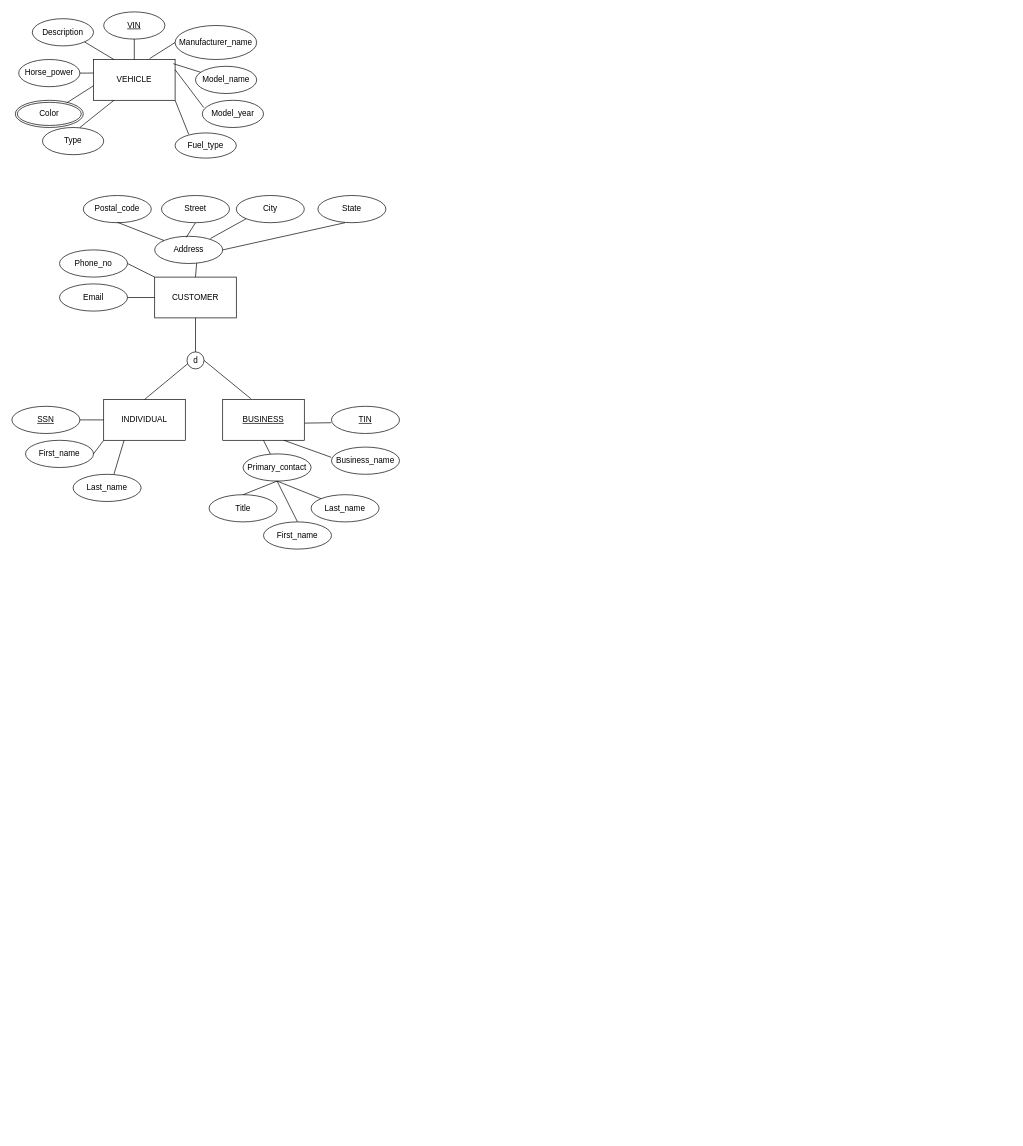
The draw.io diagram Untitled Diagram.drawio in bhonslejoshna/hello-world, before the edit. Source tidied: cells renumbered, new cells numbered last; positions are measured from the earlier drawing's top-left corner, leaving out a move shared by most shapes. Both pictures are drawn from the tidied source at 68%, with x=0, y=0 at pixel (12, 12).
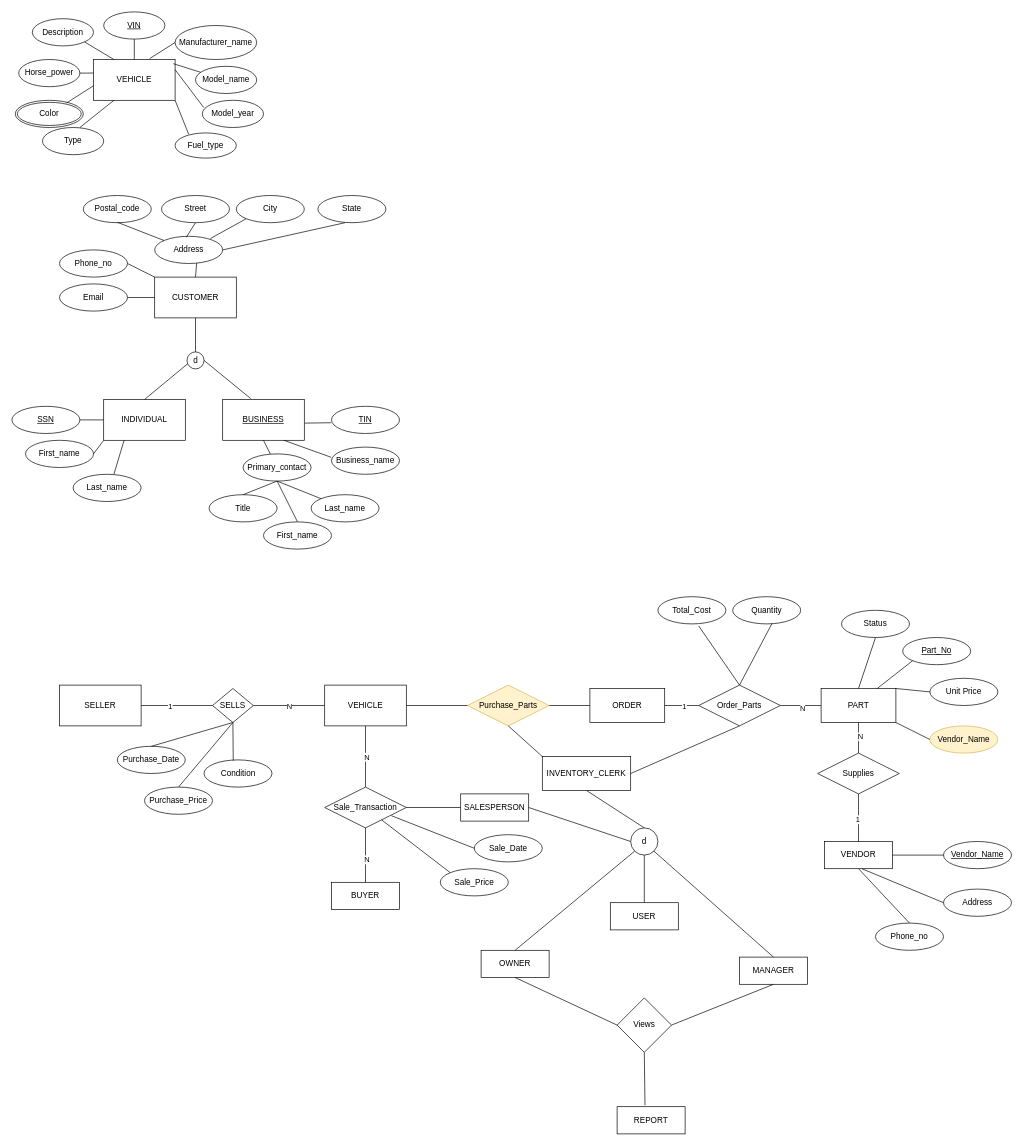
The same diagram, later.

What changed in the source:
```diff
@@
+    <mxCell id="60" value="VEHICLE" style="rounded=0;whiteSpace=wrap;html=1;" parent="1" vertex="1">
+      <mxGeometry x="460" y="990" width="120" height="60" as="geometry" />
+    </mxCell>
+    <mxCell id="61" value="SELLER" style="rounded=0;whiteSpace=wrap;html=1;" parent="1" vertex="1">
+      <mxGeometry x="70" y="990" width="120" height="60" as="geometry" />
+    </mxCell>
+    <mxCell id="62" value="SELLS" style="rhombus;whiteSpace=wrap;html=1;" parent="1" vertex="1">
+      <mxGeometry x="295" y="995" width="60" height="50" as="geometry" />
+    </mxCell>
+    <mxCell id="63" style="endArrow=none;html=1;rounded=0;entryX=0;entryY=0.5;entryDx=0;entryDy=0;exitX=1;exitY=0.5;exitDx=0;exitDy=0;" parent="1" edge="1" source="61" target="62">
+      <mxGeometry relative="1" as="geometry" />
+    </mxCell>
+    <mxCell id="64" value="1" style="edgeLabel;html=1;align=center;verticalAlign=middle;" parent="63" vertex="1">
+      <mxGeometry x="-0.2" y="-1" relative="1" as="geometry" />
+    </mxCell>
+    <mxCell id="65" style="endArrow=none;html=1;rounded=0;entryX=0;entryY=0.5;entryDx=0;entryDy=0;exitX=1;exitY=0.5;exitDx=0;exitDy=0;" parent="1" edge="1" source="62" target="60">
+      <mxGeometry relative="1" as="geometry" />
+    </mxCell>
+    <mxCell id="66" value="N" style="edgeLabel;html=1;align=center;verticalAlign=middle;" parent="65" vertex="1">
+      <mxGeometry x="-0.01" relative="1" as="geometry" />
+    </mxCell>
+    <mxCell id="67" value="Purchase_Date" style="ellipse;whiteSpace=wrap;html=1;align=center;" parent="1" vertex="1">
+      <mxGeometry x="155" y="1080" width="100" height="40" as="geometry" />
+    </mxCell>
+    <mxCell id="68" value="Purchase_Price" style="ellipse;whiteSpace=wrap;html=1;align=center;" parent="1" vertex="1">
+      <mxGeometry x="195" y="1140" width="100" height="40" as="geometry" />
+    </mxCell>
+    <mxCell id="69" value="Condition" style="ellipse;whiteSpace=wrap;html=1;align=center;" parent="1" vertex="1">
+      <mxGeometry x="282.5" y="1100" width="100" height="40" as="geometry" />
+    </mxCell>
+    <mxCell id="70" style="endArrow=none;html=1;rounded=0;exitX=0.5;exitY=1;exitDx=0;exitDy=0;entryX=0.43;entryY=0.025;entryDx=0;entryDy=0;entryPerimeter=0;" parent="1" edge="1" source="62" target="69">
+      <mxGeometry relative="1" as="geometry" />
+    </mxCell>
+    <mxCell id="71" style="endArrow=none;html=1;rounded=0;exitX=0.5;exitY=1;exitDx=0;exitDy=0;entryX=0.5;entryY=0;entryDx=0;entryDy=0;" parent="1" edge="1" source="62" target="68">
+      <mxGeometry relative="1" as="geometry" />
+    </mxCell>
+    <mxCell id="72" style="endArrow=none;html=1;rounded=0;exitX=0.5;exitY=1;exitDx=0;exitDy=0;entryX=0.5;entryY=0;entryDx=0;entryDy=0;" parent="1" edge="1" source="62" target="67">
+      <mxGeometry relative="1" as="geometry" />
+    </mxCell>
+    <mxCell id="73" value="BUYER" style="whiteSpace=wrap;html=1;align=center;" parent="1" vertex="1">
+      <mxGeometry x="470" y="1280" width="100" height="40" as="geometry" />
+    </mxCell>
+    <mxCell id="74" value="SALESPERSON" style="whiteSpace=wrap;html=1;align=center;" parent="1" vertex="1">
+      <mxGeometry x="660" y="1150" width="100" height="40" as="geometry" />
+    </mxCell>
+    <mxCell id="75" value="Sale_Transaction" style="shape=rhombus;perimeter=rhombusPerimeter;whiteSpace=wrap;html=1;align=center;" parent="1" vertex="1">
+      <mxGeometry x="460" y="1140" width="120" height="60" as="geometry" />
+    </mxCell>
+    <mxCell id="76" style="endArrow=none;html=1;rounded=0;entryX=0.5;entryY=1;entryDx=0;entryDy=0;" parent="1" edge="1" source="75" target="60">
+      <mxGeometry relative="1" as="geometry" />
+    </mxCell>
+    <mxCell id="77" value="N" style="edgeLabel;html=1;align=center;verticalAlign=middle;" parent="76" vertex="1">
+      <mxGeometry y="-1" relative="1" as="geometry" />
+    </mxCell>
+    <mxCell id="78" style="endArrow=none;html=1;rounded=0;entryX=0.5;entryY=1;entryDx=0;entryDy=0;exitX=0.5;exitY=0;exitDx=0;exitDy=0;" parent="1" edge="1" source="73" target="75">
+      <mxGeometry relative="1" as="geometry" />
+    </mxCell>
+    <mxCell id="79" value="N" style="edgeLabel;html=1;align=center;verticalAlign=middle;" parent="78" vertex="1">
+      <mxGeometry x="-0.15" y="-1" relative="1" as="geometry" />
+    </mxCell>
+    <mxCell id="80" style="endArrow=none;html=1;rounded=0;entryX=0;entryY=0.5;entryDx=0;entryDy=0;exitX=1;exitY=0.5;exitDx=0;exitDy=0;" parent="1" edge="1" source="75" target="74">
+      <mxGeometry relative="1" as="geometry" />
+    </mxCell>
+    <mxCell id="81" value="Sale_Date" style="ellipse;whiteSpace=wrap;html=1;align=center;" parent="1" vertex="1">
+      <mxGeometry x="680" y="1210" width="100" height="40" as="geometry" />
+    </mxCell>
+    <mxCell id="82" value="Sale_Price" style="ellipse;whiteSpace=wrap;html=1;align=center;" parent="1" vertex="1">
+      <mxGeometry x="630" y="1260" width="100" height="40" as="geometry" />
+    </mxCell>
+    <mxCell id="83" style="endArrow=none;html=1;rounded=0;entryX=0.817;entryY=0.7;entryDx=0;entryDy=0;exitX=0;exitY=0.5;exitDx=0;exitDy=0;entryPerimeter=0;" parent="1" edge="1" source="81" target="75">
+      <mxGeometry relative="1" as="geometry" />
+    </mxCell>
+    <mxCell id="84" style="endArrow=none;html=1;rounded=0;exitX=0;exitY=0;exitDx=0;exitDy=0;" parent="1" edge="1" source="82" target="75">
+      <mxGeometry relative="1" as="geometry" />
+    </mxCell>
+    <mxCell id="85" value="ORDER" style="whiteSpace=wrap;html=1;align=center;" parent="1" vertex="1">
+      <mxGeometry x="850" y="995" width="110" height="50" as="geometry" />
+    </mxCell>
+    <mxCell id="86" value="Purchase_Parts" style="shape=rhombus;perimeter=rhombusPerimeter;whiteSpace=wrap;html=1;align=center;fillColor=#fff2cc;strokeColor=#d6b656;" parent="1" vertex="1">
+      <mxGeometry x="670" y="990" width="120" height="60" as="geometry" />
+    </mxCell>
+    <mxCell id="87" value="INVENTORY_CLERK" style="whiteSpace=wrap;html=1;align=center;" parent="1" vertex="1">
+      <mxGeometry x="780" y="1095" width="130" height="50" as="geometry" />
+    </mxCell>
+    <mxCell id="88" style="endArrow=none;html=1;rounded=0;entryX=0;entryY=0.5;entryDx=0;entryDy=0;exitX=1;exitY=0.5;exitDx=0;exitDy=0;" parent="1" edge="1" source="60" target="86">
+      <mxGeometry relative="1" as="geometry" />
+    </mxCell>
+    <mxCell id="89" style="endArrow=none;html=1;rounded=0;entryX=0;entryY=0.5;entryDx=0;entryDy=0;exitX=1;exitY=0.5;exitDx=0;exitDy=0;" parent="1" edge="1" source="86" target="85">
+      <mxGeometry relative="1" as="geometry" />
+    </mxCell>
+    <mxCell id="90" style="endArrow=none;html=1;rounded=0;exitX=0.5;exitY=1;exitDx=0;exitDy=0;entryX=0;entryY=0;entryDx=0;entryDy=0;" parent="1" edge="1" source="86" target="87">
+      <mxGeometry relative="1" as="geometry" />
+    </mxCell>
+    <mxCell id="91" value="Status" style="ellipse;whiteSpace=wrap;html=1;align=center;" parent="1" vertex="1">
+      <mxGeometry x="1220" y="880" width="100" height="40" as="geometry" />
+    </mxCell>
+    <mxCell id="92" value="PART" style="whiteSpace=wrap;html=1;align=center;" parent="1" vertex="1">
+      <mxGeometry x="1190" y="995" width="110" height="50" as="geometry" />
+    </mxCell>
+    <mxCell id="93" value="Order_Parts" style="shape=rhombus;perimeter=rhombusPerimeter;whiteSpace=wrap;html=1;align=center;" parent="1" vertex="1">
+      <mxGeometry x="1010" y="990" width="120" height="60" as="geometry" />
+    </mxCell>
+    <mxCell id="94" style="endArrow=none;html=1;rounded=0;entryX=0;entryY=0.5;entryDx=0;entryDy=0;" parent="1" edge="1" target="93">
+      <mxGeometry relative="1" as="geometry">
+        <mxPoint x="960" y="1020" as="sourcePoint" />
+      </mxGeometry>
+    </mxCell>
+    <mxCell id="95" value="1" style="edgeLabel;html=1;align=center;verticalAlign=middle;" parent="94" vertex="1">
+      <mxGeometry x="0.12" relative="1" as="geometry" />
+    </mxCell>
+    <mxCell id="96" style="endArrow=none;html=1;rounded=0;entryX=0;entryY=0.5;entryDx=0;entryDy=0;exitX=1;exitY=0.5;exitDx=0;exitDy=0;" parent="1" edge="1" source="93" target="92">
+      <mxGeometry relative="1" as="geometry" />
+    </mxCell>
+    <mxCell id="97" value="N" style="edgeLabel;html=1;align=center;verticalAlign=middle;" parent="96" vertex="1">
+      <mxGeometry x="0.07" y="-3" relative="1" as="geometry" />
+    </mxCell>
+    <mxCell id="98" value="Part_No" style="ellipse;whiteSpace=wrap;html=1;align=center;fontStyle=4;" parent="1" vertex="1">
+      <mxGeometry x="1310" y="920" width="100" height="40" as="geometry" />
+    </mxCell>
+    <mxCell id="99" value="Unit Price" style="ellipse;whiteSpace=wrap;html=1;align=center;" parent="1" vertex="1">
+      <mxGeometry x="1350" y="980" width="100" height="40" as="geometry" />
+    </mxCell>
+    <mxCell id="100" value="Quantity" style="ellipse;whiteSpace=wrap;html=1;align=center;" parent="1" vertex="1">
+      <mxGeometry x="1060" y="860" width="100" height="40" as="geometry" />
+    </mxCell>
+    <mxCell id="101" value="Total_Cost" style="ellipse;whiteSpace=wrap;html=1;align=center;" parent="1" vertex="1">
+      <mxGeometry x="950" y="860" width="100" height="40" as="geometry" />
+    </mxCell>
+    <mxCell id="102" style="endArrow=none;html=1;rounded=0;exitX=0.5;exitY=0;exitDx=0;exitDy=0;entryX=0.5;entryY=1;entryDx=0;entryDy=0;" parent="1" edge="1" source="92" target="91">
+      <mxGeometry relative="1" as="geometry" />
+    </mxCell>
+    <mxCell id="103" style="endArrow=none;html=1;rounded=0;exitX=0.75;exitY=0;exitDx=0;exitDy=0;entryX=0;entryY=1;entryDx=0;entryDy=0;" parent="1" edge="1" source="92" target="98">
+      <mxGeometry relative="1" as="geometry" />
+    </mxCell>
+    <mxCell id="104" style="endArrow=none;html=1;rounded=0;entryX=0;entryY=0.5;entryDx=0;entryDy=0;exitX=1;exitY=0;exitDx=0;exitDy=0;" parent="1" edge="1" source="92" target="99">
+      <mxGeometry relative="1" as="geometry" />
+    </mxCell>
+    <mxCell id="105" style="endArrow=none;html=1;rounded=0;exitX=0.5;exitY=0;exitDx=0;exitDy=0;entryX=0.58;entryY=0.975;entryDx=0;entryDy=0;entryPerimeter=0;" parent="1" edge="1" source="93" target="100">
+      <mxGeometry relative="1" as="geometry" />
+    </mxCell>
+    <mxCell id="106" style="endArrow=none;html=1;rounded=0;entryX=0.6;entryY=1.075;entryDx=0;entryDy=0;entryPerimeter=0;" parent="1" edge="1" target="101">
+      <mxGeometry relative="1" as="geometry">
+        <mxPoint x="1070" y="990" as="sourcePoint" />
+      </mxGeometry>
+    </mxCell>
+    <mxCell id="107" value="Vendor_Name" style="ellipse;whiteSpace=wrap;html=1;align=center;fillColor=#fff2cc;strokeColor=#d6b656;" parent="1" vertex="1">
+      <mxGeometry x="1350" y="1050" width="100" height="40" as="geometry" />
+    </mxCell>
+    <mxCell id="108" style="endArrow=none;html=1;rounded=0;entryX=0;entryY=0.5;entryDx=0;entryDy=0;exitX=1;exitY=1;exitDx=0;exitDy=0;" parent="1" edge="1" source="92" target="107">
+      <mxGeometry relative="1" as="geometry" />
+    </mxCell>
+    <mxCell id="109" value="VENDOR" style="whiteSpace=wrap;html=1;align=center;" parent="1" vertex="1">
+      <mxGeometry x="1195" y="1220" width="100" height="40" as="geometry" />
+    </mxCell>
+    <mxCell id="110" value="Vendor_Name" style="ellipse;whiteSpace=wrap;html=1;align=center;fontStyle=4;" parent="1" vertex="1">
+      <mxGeometry x="1370" y="1220" width="100" height="40" as="geometry" />
+    </mxCell>
+    <mxCell id="111" value="Supplies" style="shape=rhombus;perimeter=rhombusPerimeter;whiteSpace=wrap;html=1;align=center;" parent="1" vertex="1">
+      <mxGeometry x="1185" y="1090" width="120" height="60" as="geometry" />
+    </mxCell>
+    <mxCell id="112" style="endArrow=none;html=1;rounded=0;exitX=0.5;exitY=0;exitDx=0;exitDy=0;entryX=0.5;entryY=1;entryDx=0;entryDy=0;" parent="1" edge="1" source="111" target="92">
+      <mxGeometry relative="1" as="geometry" />
+    </mxCell>
+    <mxCell id="113" value="N" style="edgeLabel;html=1;align=center;verticalAlign=middle;" parent="112" vertex="1">
+      <mxGeometry x="0.11" y="-2" relative="1" as="geometry" />
+    </mxCell>
+    <mxCell id="114" style="endArrow=none;html=1;rounded=0;exitX=0.5;exitY=0;exitDx=0;exitDy=0;entryX=0.5;entryY=1;entryDx=0;entryDy=0;" parent="1" edge="1" source="109" target="111">
+      <mxGeometry relative="1" as="geometry" />
+    </mxCell>
+    <mxCell id="115" value="1" style="edgeLabel;html=1;align=center;verticalAlign=middle;" parent="114" vertex="1">
+      <mxGeometry x="-0.06" y="2" relative="1" as="geometry" />
+    </mxCell>
+    <mxCell id="116" value="Address" style="ellipse;whiteSpace=wrap;html=1;align=center;" parent="1" vertex="1">
+      <mxGeometry x="1370" y="1290" width="100" height="40" as="geometry" />
+    </mxCell>
+    <mxCell id="117" value="Phone_no" style="ellipse;whiteSpace=wrap;html=1;align=center;" parent="1" vertex="1">
+      <mxGeometry x="1270" y="1340" width="100" height="40" as="geometry" />
+    </mxCell>
+    <mxCell id="118" style="endArrow=none;html=1;rounded=0;entryX=0.5;entryY=1;entryDx=0;entryDy=0;exitX=0.5;exitY=0;exitDx=0;exitDy=0;" parent="1" edge="1" source="117" target="109">
+      <mxGeometry relative="1" as="geometry" />
+    </mxCell>
+    <mxCell id="119" style="endArrow=none;html=1;rounded=0;exitX=0;exitY=0.5;exitDx=0;exitDy=0;" parent="1" edge="1" source="116">
+      <mxGeometry relative="1" as="geometry">
+        <mxPoint x="1250" y="1260" as="targetPoint" />
+      </mxGeometry>
+    </mxCell>
+    <mxCell id="120" style="endArrow=none;html=1;rounded=0;entryX=1;entryY=0.5;entryDx=0;entryDy=0;exitX=0;exitY=0.5;exitDx=0;exitDy=0;" parent="1" edge="1" source="110" target="109">
+      <mxGeometry relative="1" as="geometry" />
+    </mxCell>
+    <mxCell id="121" style="endArrow=none;html=1;rounded=0;entryX=0.5;entryY=1;entryDx=0;entryDy=0;exitX=1;exitY=0.5;exitDx=0;exitDy=0;" parent="1" edge="1" source="87" target="93">
+      <mxGeometry relative="1" as="geometry" />
+    </mxCell>
+    <mxCell id="122" value="USER" style="whiteSpace=wrap;html=1;align=center;" parent="1" vertex="1">
+      <mxGeometry x="880" y="1310" width="100" height="40" as="geometry" />
+    </mxCell>
+    <mxCell id="123" value="d" style="ellipse;whiteSpace=wrap;html=1;" parent="1" vertex="1">
+      <mxGeometry x="910" y="1200" width="40" height="40" as="geometry" />
+    </mxCell>
+    <mxCell id="124" style="endArrow=none;html=1;rounded=0;exitX=0.5;exitY=0;exitDx=0;exitDy=0;entryX=0.5;entryY=1;entryDx=0;entryDy=0;" parent="1" edge="1" source="123" target="87">
+      <mxGeometry relative="1" as="geometry" />
+    </mxCell>
+    <mxCell id="125" style="endArrow=none;html=1;rounded=0;exitX=0;exitY=0.5;exitDx=0;exitDy=0;entryX=1;entryY=0.5;entryDx=0;entryDy=0;" parent="1" edge="1" source="123" target="74">
+      <mxGeometry relative="1" as="geometry" />
+    </mxCell>
+    <mxCell id="126" style="endArrow=none;html=1;rounded=0;entryX=0.5;entryY=1;entryDx=0;entryDy=0;exitX=0.5;exitY=0;exitDx=0;exitDy=0;" parent="1" edge="1" source="122" target="123">
+      <mxGeometry relative="1" as="geometry" />
+    </mxCell>
+    <mxCell id="127" value="OWNER" style="whiteSpace=wrap;html=1;align=center;" parent="1" vertex="1">
+      <mxGeometry x="690" y="1380" width="100" height="40" as="geometry" />
+    </mxCell>
+    <mxCell id="128" value="MANAGER" style="whiteSpace=wrap;html=1;align=center;" parent="1" vertex="1">
+      <mxGeometry x="1070" y="1390" width="100" height="40" as="geometry" />
+    </mxCell>
+    <mxCell id="129" style="endArrow=none;html=1;rounded=0;entryX=0;entryY=1;entryDx=0;entryDy=0;exitX=0.5;exitY=0;exitDx=0;exitDy=0;" parent="1" edge="1" source="127" target="123">
+      <mxGeometry relative="1" as="geometry" />
+    </mxCell>
+    <mxCell id="130" style="endArrow=none;html=1;rounded=0;entryX=1;entryY=1;entryDx=0;entryDy=0;exitX=0.5;exitY=0;exitDx=0;exitDy=0;" parent="1" edge="1" source="128" target="123">
+      <mxGeometry relative="1" as="geometry" />
+    </mxCell>
+    <mxCell id="131" value="REPORT" style="whiteSpace=wrap;html=1;align=center;" parent="1" vertex="1">
+      <mxGeometry x="890" y="1610" width="100" height="40" as="geometry" />
+    </mxCell>
+    <mxCell id="132" value="Views" style="rhombus;whiteSpace=wrap;html=1;" parent="1" vertex="1">
+      <mxGeometry x="890" y="1450" width="80" height="80" as="geometry" />
+    </mxCell>
+    <mxCell id="133" style="endArrow=none;html=1;rounded=0;exitX=0;exitY=0.5;exitDx=0;exitDy=0;entryX=0.5;entryY=1;entryDx=0;entryDy=0;" parent="1" edge="1" source="132" target="127">
+      <mxGeometry relative="1" as="geometry" />
+    </mxCell>
+    <mxCell id="134" style="endArrow=none;html=1;rounded=0;" parent="1" edge="1">
+      <mxGeometry relative="1" as="geometry">
+        <mxPoint x="970" y="1490" as="sourcePoint" />
+        <mxPoint x="1120" y="1430" as="targetPoint" />
+      </mxGeometry>
+    </mxCell>
+    <mxCell id="135" style="endArrow=none;html=1;rounded=0;exitX=0.41;exitY=-0.05;exitDx=0;exitDy=0;exitPerimeter=0;entryX=0.5;entryY=1;entryDx=0;entryDy=0;" parent="1" edge="1" source="131" target="132">
+      <mxGeometry relative="1" as="geometry" />
+    </mxCell>
```
